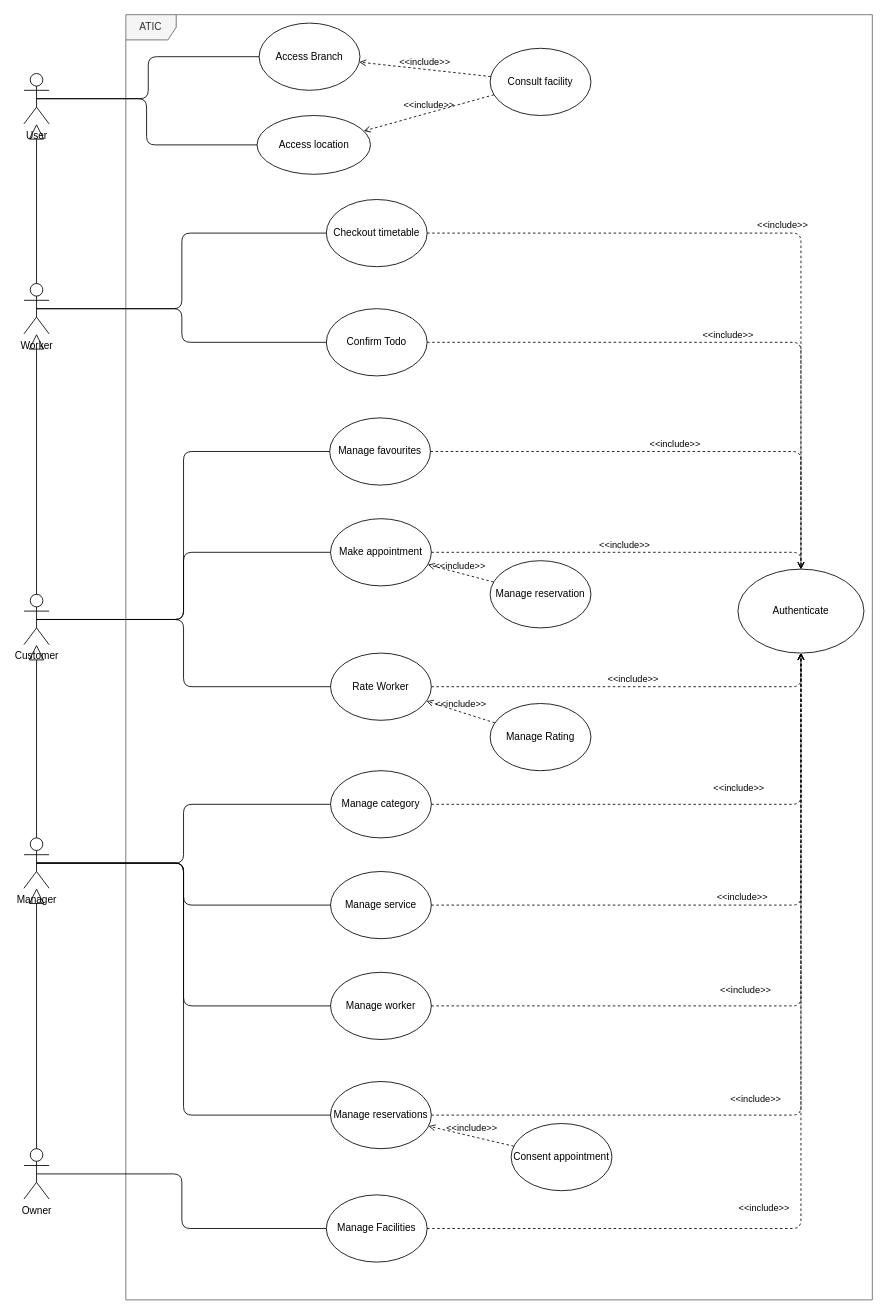
This is docs/doc/atic/atic_usecase_diag.drawio from SelimHorri/atic-backend-app, a draw.io file, before an edit. Source tidied: cells renumbered, new cells numbered last; positions are measured from the earlier drawing's top-left corner, leaving out a move shared by most shapes. Both pictures are drawn from the tidied source at 84%, with x=0, y=0 at pixel (24, 14).
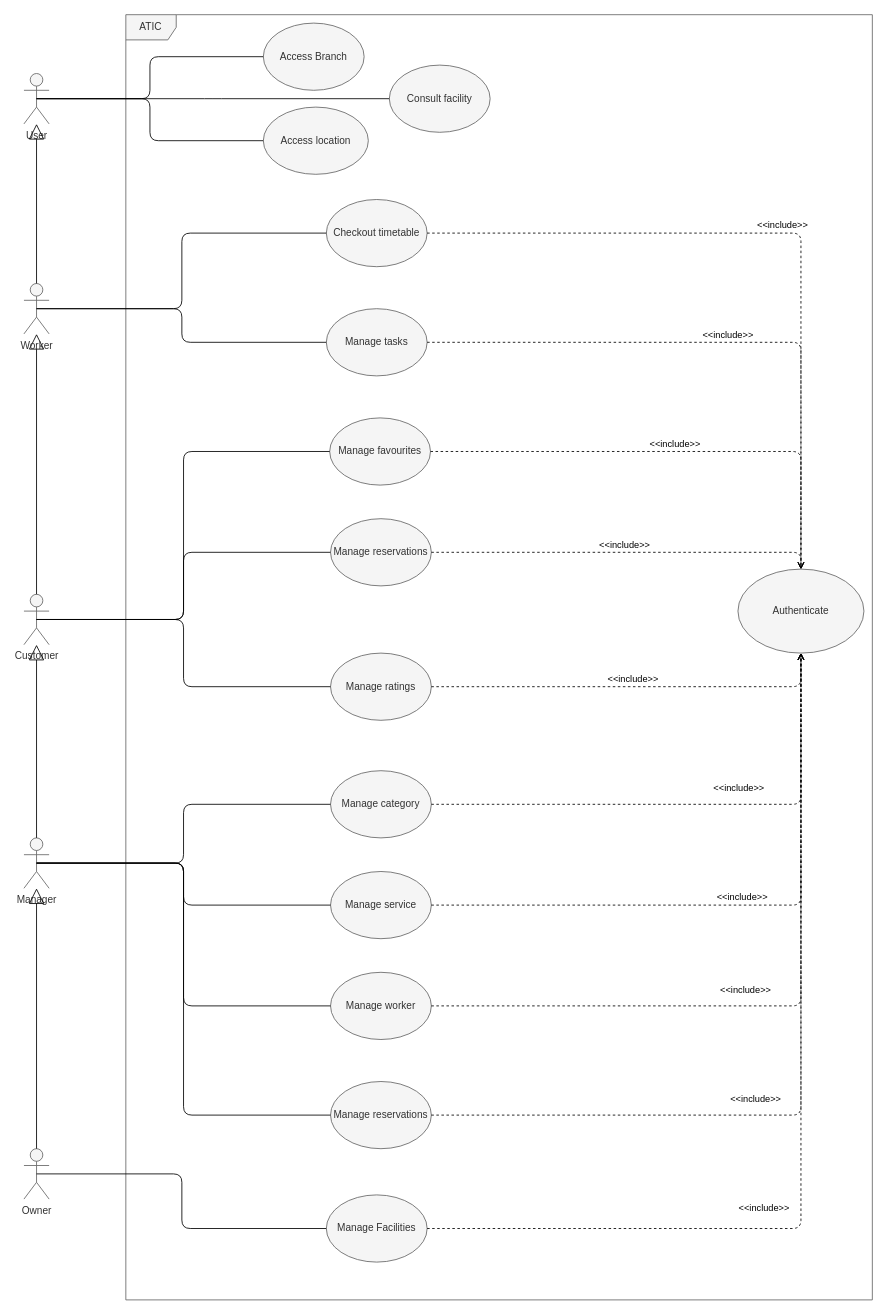
Above is the later version.

Commit message (it also covers changes not shown here):
refactor usecase diag

Change to the diagram source:
```diff
@@
-    <mxCell id="3" value="User" style="shape=umlActor;verticalLabelPosition=bottom;verticalAlign=top;html=1;rounded=1;" parent="1" vertex="1">
+    <mxCell id="3" value="User" style="shape=umlActor;verticalLabelPosition=bottom;verticalAlign=top;html=1;rounded=1;fillColor=#f5f5f5;fontColor=#333333;strokeColor=#666666;" parent="1" vertex="1">
       <mxGeometry y="70" width="30" height="60" as="geometry" />
     </mxCell>
-    <mxCell id="4" value="&lt;div&gt;Consult facility&lt;/div&gt;" style="ellipse;whiteSpace=wrap;html=1;rounded=1;" parent="1" vertex="1">
-      <mxGeometry x="555" y="40" width="120" height="80" as="geometry" />
+    <mxCell id="4" value="&lt;div&gt;Consult facility&lt;/div&gt;" style="ellipse;whiteSpace=wrap;html=1;rounded=1;fillColor=#f5f5f5;fontColor=#333333;strokeColor=#666666;" parent="1" vertex="1">
+      <mxGeometry x="435" y="60" width="120" height="80" as="geometry" />
     </mxCell>
-    <mxCell id="5" value="Customer" style="shape=umlActor;verticalLabelPosition=bottom;verticalAlign=top;html=1;outlineConnect=0;rounded=1;" parent="1" vertex="1">
+    <mxCell id="5" value="Customer" style="shape=umlActor;verticalLabelPosition=bottom;verticalAlign=top;html=1;outlineConnect=0;rounded=1;fillColor=#f5f5f5;fontColor=#333333;strokeColor=#666666;" parent="1" vertex="1">
       <mxGeometry y="690" width="30" height="60" as="geometry" />
     </mxCell>
@@
-    <mxCell id="7" value="Access Branch" style="ellipse;whiteSpace=wrap;html=1;rounded=1;" parent="1" vertex="1">
-      <mxGeometry x="280" y="10" width="120" height="80" as="geometry" />
+    <mxCell id="7" value="Access Branch" style="ellipse;whiteSpace=wrap;html=1;rounded=1;fillColor=#f5f5f5;fontColor=#333333;strokeColor=#666666;" parent="1" vertex="1">
+      <mxGeometry x="285" y="10" width="120" height="80" as="geometry" />
     </mxCell>
-    <mxCell id="8" value="&amp;lt;&amp;lt;include&amp;gt;&amp;gt;" style="html=1;verticalAlign=bottom;labelBackgroundColor=none;endArrow=open;endFill=0;dashed=1;rounded=1;" parent="1" edge="1" source="4" target="7">
-      <mxGeometry relative="1" as="geometry" />
-    </mxCell>
-    <mxCell id="9" value="Manage favourites" style="ellipse;whiteSpace=wrap;html=1;rounded=1;" parent="1" vertex="1">
+    <mxCell id="9" value="Manage favourites" style="ellipse;whiteSpace=wrap;html=1;rounded=1;fillColor=#f5f5f5;fontColor=#333333;strokeColor=#666666;" parent="1" vertex="1">
       <mxGeometry x="364" y="480" width="120" height="80" as="geometry" />
     </mxCell>
-    <mxCell id="10" value="Make appointment" style="ellipse;whiteSpace=wrap;html=1;rounded=1;" parent="1" vertex="1">
+    <mxCell id="10" value="Manage reservations" style="ellipse;whiteSpace=wrap;html=1;rounded=1;fillColor=#f5f5f5;fontColor=#333333;strokeColor=#666666;" parent="1" vertex="1">
       <mxGeometry x="365" y="600" width="120" height="80" as="geometry" />
     </mxCell>
-    <mxCell id="11" value="Manage reservation" style="ellipse;whiteSpace=wrap;html=1;rounded=1;" parent="1" vertex="1">
-      <mxGeometry x="555" y="650" width="120" height="80" as="geometry" />
-    </mxCell>
-    <mxCell id="12" value="&amp;lt;&amp;lt;include&amp;gt;&amp;gt;" style="html=1;verticalAlign=bottom;labelBackgroundColor=none;endArrow=open;endFill=0;dashed=1;rounded=1;" parent="1" edge="1" source="11" target="10">
-      <mxGeometry relative="1" as="geometry" />
-    </mxCell>
-    <mxCell id="13" value="Rate Worker" style="ellipse;whiteSpace=wrap;html=1;rounded=1;" parent="1" vertex="1">
+    <mxCell id="13" value="Manage ratings" style="ellipse;whiteSpace=wrap;html=1;rounded=1;fillColor=#f5f5f5;fontColor=#333333;strokeColor=#666666;" parent="1" vertex="1">
       <mxGeometry x="365" y="760" width="120" height="80" as="geometry" />
     </mxCell>
-    <mxCell id="14" value="Manage Rating" style="ellipse;whiteSpace=wrap;html=1;rounded=1;" parent="1" vertex="1">
-      <mxGeometry x="555" y="820" width="120" height="80" as="geometry" />
-    </mxCell>
-    <mxCell id="15" value="&amp;lt;&amp;lt;include&amp;gt;&amp;gt;" style="html=1;verticalAlign=bottom;labelBackgroundColor=none;endArrow=open;endFill=0;dashed=1;rounded=1;" parent="1" edge="1" source="14" target="13">
-      <mxGeometry relative="1" as="geometry" />
-    </mxCell>
-    <mxCell id="16" value="Manager" style="shape=umlActor;verticalLabelPosition=bottom;verticalAlign=top;html=1;outlineConnect=0;rounded=1;" parent="1" vertex="1">
+    <mxCell id="16" value="Manager" style="shape=umlActor;verticalLabelPosition=bottom;verticalAlign=top;html=1;outlineConnect=0;rounded=1;fillColor=#f5f5f5;fontColor=#333333;strokeColor=#666666;" parent="1" vertex="1">
       <mxGeometry y="980" width="30" height="60" as="geometry" />
     </mxCell>
@@
-    <mxCell id="18" value="Manage Facilities" style="ellipse;whiteSpace=wrap;html=1;rounded=1;" parent="1" vertex="1">
+    <mxCell id="18" value="Manage Facilities" style="ellipse;whiteSpace=wrap;html=1;rounded=1;fillColor=#f5f5f5;fontColor=#333333;strokeColor=#666666;" parent="1" vertex="1">
       <mxGeometry x="360" y="1405" width="120" height="80" as="geometry" />
     </mxCell>
-    <mxCell id="19" value="Manage category" style="ellipse;whiteSpace=wrap;html=1;rounded=1;" parent="1" vertex="1">
+    <mxCell id="19" value="Manage category" style="ellipse;whiteSpace=wrap;html=1;rounded=1;fillColor=#f5f5f5;fontColor=#333333;strokeColor=#666666;" parent="1" vertex="1">
       <mxGeometry x="365" y="900" width="120" height="80" as="geometry" />
     </mxCell>
-    <mxCell id="20" value="Manage service" style="ellipse;whiteSpace=wrap;html=1;rounded=1;" parent="1" vertex="1">
+    <mxCell id="20" value="Manage service" style="ellipse;whiteSpace=wrap;html=1;rounded=1;fillColor=#f5f5f5;fontColor=#333333;strokeColor=#666666;" parent="1" vertex="1">
       <mxGeometry x="365" y="1020" width="120" height="80" as="geometry" />
     </mxCell>
-    <mxCell id="21" value="Manage worker" style="ellipse;whiteSpace=wrap;html=1;rounded=1;" parent="1" vertex="1">
+    <mxCell id="21" value="Manage worker" style="ellipse;whiteSpace=wrap;html=1;rounded=1;fillColor=#f5f5f5;fontColor=#333333;strokeColor=#666666;" parent="1" vertex="1">
       <mxGeometry x="365" y="1140" width="120" height="80" as="geometry" />
     </mxCell>
-    <mxCell id="22" value="Manage reservations" style="ellipse;whiteSpace=wrap;html=1;rounded=1;" parent="1" vertex="1">
+    <mxCell id="22" value="Manage reservations" style="ellipse;whiteSpace=wrap;html=1;rounded=1;fillColor=#f5f5f5;fontColor=#333333;strokeColor=#666666;" parent="1" vertex="1">
       <mxGeometry x="365" y="1270" width="120" height="80" as="geometry" />
     </mxCell>
-    <mxCell id="23" value="Worker" style="shape=umlActor;verticalLabelPosition=bottom;verticalAlign=top;html=1;outlineConnect=0;rounded=1;" parent="1" vertex="1">
+    <mxCell id="23" value="Worker" style="shape=umlActor;verticalLabelPosition=bottom;verticalAlign=top;html=1;outlineConnect=0;rounded=1;fillColor=#f5f5f5;fontColor=#333333;strokeColor=#666666;" parent="1" vertex="1">
       <mxGeometry y="320" width="30" height="60" as="geometry" />
     </mxCell>
-    <mxCell id="24" value="Checkout timetable" style="ellipse;whiteSpace=wrap;html=1;rounded=1;" parent="1" vertex="1">
+    <mxCell id="24" value="Checkout timetable" style="ellipse;whiteSpace=wrap;html=1;rounded=1;fillColor=#f5f5f5;fontColor=#333333;strokeColor=#666666;" parent="1" vertex="1">
       <mxGeometry x="360" y="220" width="120" height="80" as="geometry" />
     </mxCell>
-    <mxCell id="25" value="Confirm Todo" style="ellipse;whiteSpace=wrap;html=1;rounded=1;" parent="1" vertex="1">
+    <mxCell id="25" value="Manage tasks" style="ellipse;whiteSpace=wrap;html=1;rounded=1;fillColor=#f5f5f5;fontColor=#333333;strokeColor=#666666;" parent="1" vertex="1">
       <mxGeometry x="360" y="350" width="120" height="80" as="geometry" />
     </mxCell>
-    <mxCell id="26" value="&amp;lt;&amp;lt;include&amp;gt;&amp;gt;" style="html=1;verticalAlign=bottom;labelBackgroundColor=none;endArrow=open;endFill=0;dashed=1;rounded=1;" parent="1" edge="1" source="4" target="27">
-      <mxGeometry relative="1" as="geometry" />
-    </mxCell>
-    <mxCell id="27" value="Access location" style="ellipse;whiteSpace=wrap;html=1;rounded=1;" parent="1" vertex="1">
-      <mxGeometry x="277.5" y="120" width="135" height="70" as="geometry" />
+    <mxCell id="27" value="Access location" style="ellipse;whiteSpace=wrap;html=1;rounded=1;fillColor=#f5f5f5;fontColor=#333333;strokeColor=#666666;" parent="1" vertex="1">
+      <mxGeometry x="285" y="110" width="125" height="80" as="geometry" />
     </mxCell>
-    <mxCell id="28" value="Owner" style="shape=umlActor;verticalLabelPosition=bottom;verticalAlign=top;html=1;outlineConnect=0;rounded=1;" parent="1" vertex="1">
+    <mxCell id="28" value="Owner" style="shape=umlActor;verticalLabelPosition=bottom;verticalAlign=top;html=1;outlineConnect=0;rounded=1;fillColor=#f5f5f5;fontColor=#333333;strokeColor=#666666;" parent="1" vertex="1">
       <mxGeometry y="1350" width="30" height="60" as="geometry" />
     </mxCell>
@@
-    <mxCell id="42" value="Consent appointment" style="ellipse;whiteSpace=wrap;html=1;rounded=1;" parent="1" vertex="1">
-      <mxGeometry x="580" y="1320" width="120" height="80" as="geometry" />
-    </mxCell>
-    <mxCell id="43" value="&amp;lt;&amp;lt;include&amp;gt;&amp;gt;" style="html=1;verticalAlign=bottom;labelBackgroundColor=none;endArrow=open;endFill=0;dashed=1;rounded=1;" parent="1" edge="1" source="42" target="22">
-      <mxGeometry relative="1" as="geometry" />
-    </mxCell>
@@
-    <mxCell id="45" value="Authenticate" style="ellipse;whiteSpace=wrap;html=1;rounded=1;" parent="1" vertex="1">
+    <mxCell id="45" value="Authenticate" style="ellipse;whiteSpace=wrap;html=1;rounded=1;fillColor=#f5f5f5;fontColor=#333333;strokeColor=#666666;" parent="1" vertex="1">
       <mxGeometry x="850" y="660" width="150" height="100" as="geometry" />
     </mxCell>
@@
+    <mxCell id="56" style="endArrow=none;startArrow=none;endFill=0;startFill=0;endSize=8;html=1;verticalAlign=bottom;labelBackgroundColor=none;strokeWidth=1;rounded=1;sketch=0;edgeStyle=elbowEdgeStyle;exitX=0.5;exitY=0.5;exitDx=0;exitDy=0;exitPerimeter=0;entryX=0;entryY=0.5;entryDx=0;entryDy=0;" parent="1" edge="1" source="3" target="4">
+      <mxGeometry relative="1" as="geometry" />
+    </mxCell>
```
